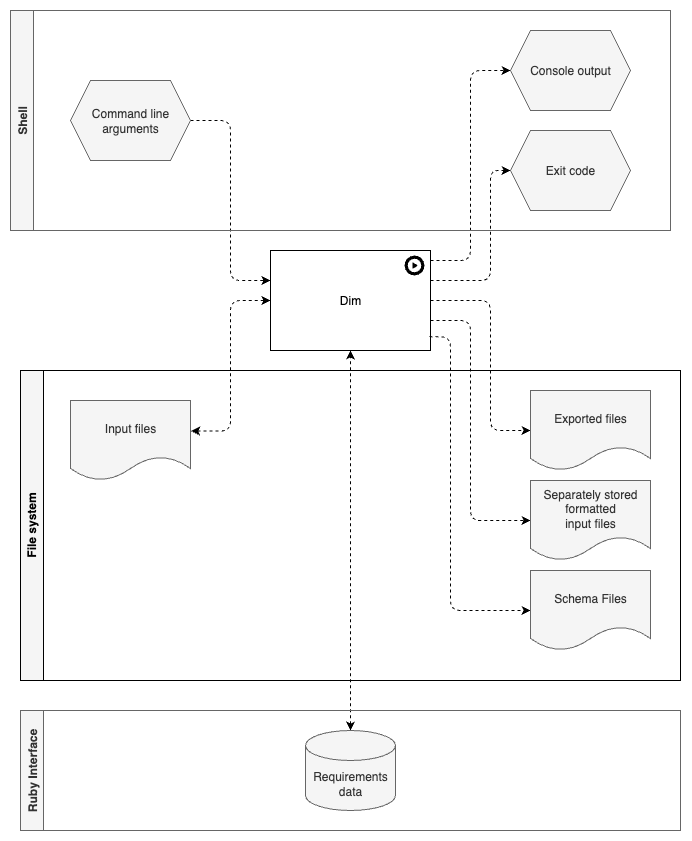
This is dim/documentation/source/_static/swa/overview/inout.drawio.png from esrlabs/dox, a draw.io export, as it was before one commit. Source tidied: cells renumbered, new cells last; positions are measured from the earlier drawing's top-left corner, leaving out a move shared by most shapes. Source of this version:
```xml
<mxGraphModel background="#ffffff">
  <root>
    <mxCell id="0" />
    <mxCell id="1" parent="0" />
    <mxCell id="2" style="rounded=1;jettySize=auto;html=1;edgeStyle=orthogonalEdgeStyle;dashed=1;" parent="1" edge="1" source="6" target="11">
      <mxGeometry relative="1" as="geometry">
        <Array as="points">
          <mxPoint x="480" y="270" />
          <mxPoint x="480" y="160" />
        </Array>
      </mxGeometry>
    </mxCell>
    <mxCell id="3" style="edgeStyle=orthogonalEdgeStyle;rounded=1;jettySize=auto;html=1;dashed=1;entryX=0;entryY=0.5;entryDx=0;entryDy=0;" parent="1" edge="1" source="6" target="20">
      <mxGeometry relative="1" as="geometry">
        <Array as="points">
          <mxPoint x="480" y="290" />
          <mxPoint x="480" y="420" />
        </Array>
      </mxGeometry>
    </mxCell>
    <mxCell id="4" style="edgeStyle=orthogonalEdgeStyle;rounded=1;jettySize=auto;html=1;dashed=1;" parent="1" edge="1" source="6" target="10">
      <mxGeometry relative="1" as="geometry">
        <Array as="points">
          <mxPoint x="460" y="250" />
          <mxPoint x="460" y="60" />
        </Array>
      </mxGeometry>
    </mxCell>
    <mxCell id="5" style="edgeStyle=orthogonalEdgeStyle;rounded=1;jettySize=auto;html=1;startArrow=none;startFill=0;dashed=1;entryX=0;entryY=0.5;entryDx=0;entryDy=0;" parent="1" edge="1" source="6" target="19">
      <mxGeometry relative="1" as="geometry">
        <Array as="points">
          <mxPoint x="460" y="310" />
          <mxPoint x="460" y="510" />
        </Array>
      </mxGeometry>
    </mxCell>
    <mxCell id="6" value="Dim" style="rounded=0;whiteSpace=wrap;html=1;fontStyle=0;" parent="1" vertex="1">
      <mxGeometry x="260" y="240" width="160" height="100" as="geometry" />
    </mxCell>
    <mxCell id="7" style="edgeStyle=orthogonalEdgeStyle;rounded=1;jettySize=auto;html=1;dashed=1;" parent="1" edge="1" source="9" target="6">
      <mxGeometry relative="1" as="geometry">
        <Array as="points">
          <mxPoint x="220" y="110" />
          <mxPoint x="220" y="270" />
        </Array>
      </mxGeometry>
    </mxCell>
    <mxCell id="8" style="edgeStyle=orthogonalEdgeStyle;rounded=1;jettySize=auto;html=1;dashed=1;startArrow=classic;startFill=1;exitX=1.006;exitY=0.382;exitDx=0;exitDy=0;exitPerimeter=0;" parent="1" edge="1" source="18" target="6">
      <mxGeometry relative="1" as="geometry">
        <Array as="points">
          <mxPoint x="220" y="421" />
          <mxPoint x="220" y="290" />
        </Array>
      </mxGeometry>
    </mxCell>
    <mxCell id="9" value="Command line arguments" style="shape=hexagon;perimeter=hexagonPerimeter2;whiteSpace=wrap;html=1;fixedSize=1;fillColor=#f5f5f5;fontColor=#333333;strokeColor=#666666;" parent="1" vertex="1">
      <mxGeometry x="60" y="70" width="120" height="80" as="geometry" />
    </mxCell>
    <mxCell id="10" value="Console output" style="shape=hexagon;perimeter=hexagonPerimeter2;whiteSpace=wrap;html=1;fixedSize=1;fillColor=#f5f5f5;fontColor=#333333;strokeColor=#666666;" parent="1" vertex="1">
      <mxGeometry x="500" y="20" width="120" height="80" as="geometry" />
    </mxCell>
    <mxCell id="11" value="Exit code" style="shape=hexagon;perimeter=hexagonPerimeter2;whiteSpace=wrap;html=1;fixedSize=1;fillColor=#f5f5f5;fontColor=#333333;strokeColor=#666666;" parent="1" vertex="1">
      <mxGeometry x="500" y="120" width="120" height="80" as="geometry" />
    </mxCell>
    <mxCell id="12" style="edgeStyle=orthogonalEdgeStyle;rounded=0;jettySize=auto;html=1;startArrow=classic;startFill=1;endArrow=classic;endFill=1;dashed=1;" parent="1" edge="1" source="15" target="6">
      <mxGeometry relative="1" as="geometry" />
    </mxCell>
    <mxCell id="13" value="Shell" style="swimlane;horizontal=0;swimlaneLine=1;shadow=0;sketch=0;glass=0;strokeColor=#666666;noLabel=0;fillColor=#f5f5f5;fontColor=#333333;" parent="1" vertex="1">
      <mxGeometry width="660" height="220" as="geometry" />
    </mxCell>
    <mxCell id="14" value="Ruby Interface" style="swimlane;horizontal=0;swimlaneLine=1;startSize=23;fillColor=#f5f5f5;fontColor=#333333;strokeColor=#666666;" parent="1" vertex="1">
      <mxGeometry x="10" y="700" width="660" height="120" as="geometry" />
    </mxCell>
    <mxCell id="15" value="Requirements data" style="shape=cylinder3;whiteSpace=wrap;html=1;boundedLbl=1;backgroundOutline=1;size=15;fillColor=#f5f5f5;strokeColor=#666666;fontColor=#333333;" parent="14" vertex="1">
      <mxGeometry x="285" y="20" width="90" height="80" as="geometry" />
    </mxCell>
    <mxCell id="16" style="sketch=0;html=1;strokeColor=none;shadow=0;align=center;verticalAlign=top;fillColor=#000000;shape=mxgraph.gcp2.play_start;" parent="1" vertex="1">
      <mxGeometry x="394" y="245" width="20" height="20" as="geometry" />
    </mxCell>
    <mxCell id="17" style="edgeStyle=orthogonalEdgeStyle;rounded=1;jettySize=auto;html=1;startArrow=none;startFill=0;dashed=1;entryX=0;entryY=0.5;entryDx=0;entryDy=0;exitX=0.993;exitY=0.863;exitDx=0;exitDy=0;exitPerimeter=0;" parent="1" edge="1" source="6" target="22">
      <mxGeometry relative="1" as="geometry">
        <Array as="points">
          <mxPoint x="440" y="326" />
          <mxPoint x="440" y="600" />
        </Array>
      </mxGeometry>
    </mxCell>
    <mxCell id="18" value="Input files" style="shape=document;whiteSpace=wrap;html=1;boundedLbl=1;fillColor=#f5f5f5;fontColor=#333333;strokeColor=#666666;" parent="1" vertex="1">
      <mxGeometry x="60" y="390" width="120" height="80" as="geometry" />
    </mxCell>
    <mxCell id="19" value="Separately stored formatted&lt;br&gt;input files" style="shape=document;whiteSpace=wrap;html=1;boundedLbl=1;fillColor=#f5f5f5;fontColor=#333333;strokeColor=#666666;" parent="1" vertex="1">
      <mxGeometry x="520" y="470" width="120" height="80" as="geometry" />
    </mxCell>
    <mxCell id="20" value="Exported files" style="shape=document;whiteSpace=wrap;html=1;boundedLbl=1;fillColor=#f5f5f5;fontColor=#333333;strokeColor=#666666;" parent="1" vertex="1">
      <mxGeometry x="520" y="380" width="120" height="80" as="geometry" />
    </mxCell>
    <mxCell id="21" value="File system" style="swimlane;horizontal=0;whiteSpace=wrap;html=1;fillColor=light-dark(#f5f5f5, #ededed);" parent="1" vertex="1">
      <mxGeometry x="10" y="360" width="660" height="310" as="geometry" />
    </mxCell>
    <mxCell id="22" value="Schema Files" style="shape=document;whiteSpace=wrap;html=1;boundedLbl=1;fillColor=#f5f5f5;fontColor=#333333;strokeColor=#666666;" parent="1" vertex="1">
      <mxGeometry x="520" y="560" width="120" height="80" as="geometry" />
    </mxCell>
  </root>
</mxGraphModel>
```
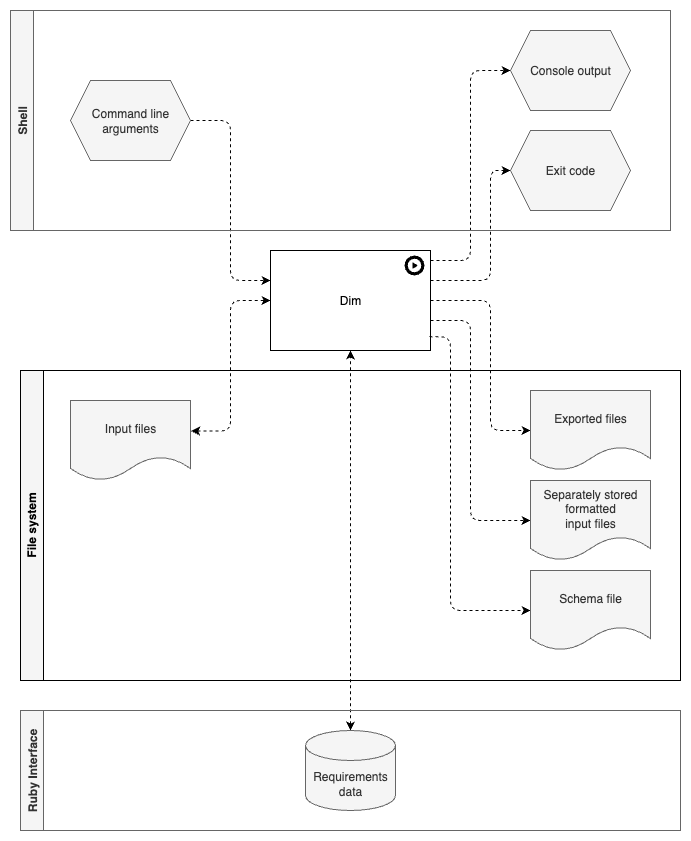
After the commit.

Commit message:
Add schema files element in diagram

Diff of the diagram source:
```diff
@@ -97,7 +97,7 @@
     <mxCell id="21" value="File system" style="swimlane;horizontal=0;whiteSpace=wrap;html=1;fillColor=light-dark(#f5f5f5, #ededed);" parent="1" vertex="1">
       <mxGeometry x="10" y="360" width="660" height="310" as="geometry" />
     </mxCell>
-    <mxCell id="22" value="Schema Files" style="shape=document;whiteSpace=wrap;html=1;boundedLbl=1;fillColor=#f5f5f5;fontColor=#333333;strokeColor=#666666;" parent="1" vertex="1">
+    <mxCell id="22" value="Schema file" style="shape=document;whiteSpace=wrap;html=1;boundedLbl=1;fillColor=#f5f5f5;fontColor=#333333;strokeColor=#666666;" parent="1" vertex="1">
       <mxGeometry x="520" y="560" width="120" height="80" as="geometry" />
     </mxCell>
   </root>
```
